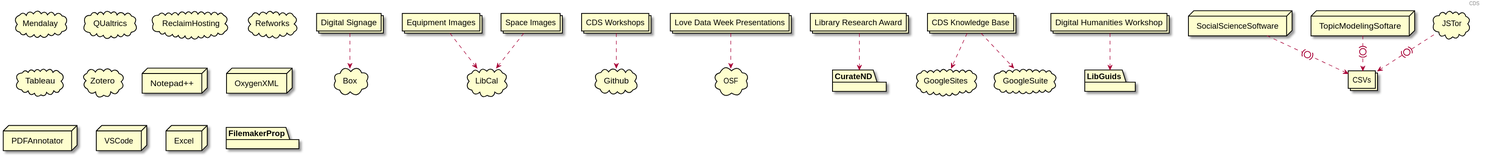
Before: plantuml/cds.svg, a diagram exported from PlantUML (ndlib/dam-ecosystem-mapping).
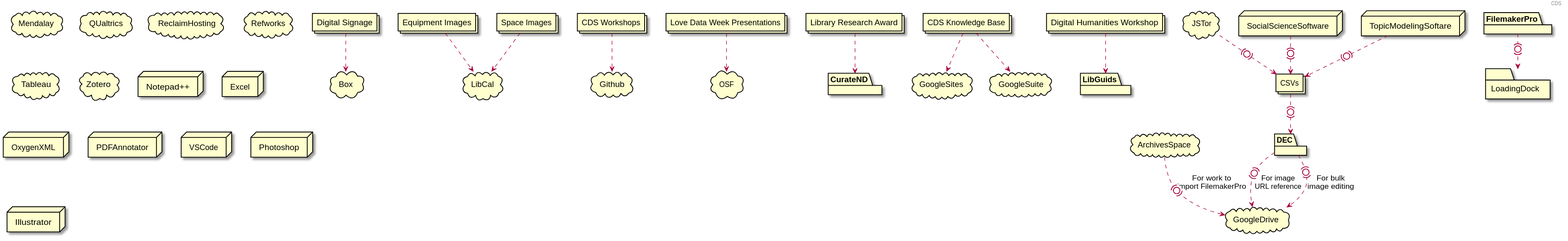
The same diagram one commit later.

Diff of the diagram source:
```diff
@@ -10,12 +10,15 @@
 collections "Library Research Award" as LRA
 collections "CDS Knowledge Base" as CDSKB
 collections "Digital Humanities Workshop" as DHW
-collections "CSVs"
+collections CSVs
 
+cloud ArchivesSpace
 cloud Box
 cloud Github
+cloud GoogleDrive
 cloud GoogleSites
 cloud GoogleSuite
+cloud JSTor
 cloud LibCal
 cloud Mendalay
 cloud OSF
@@ -24,21 +27,29 @@
 cloud Refworks
 cloud Tableau
 cloud Zotero
+folder LoadingDock
 node "Notepad++" as NP
+node Excel
 node OxygenXML
 node PDFAnnotator
-node VSCode
-node Excel
-package CurateND
-package FilemakerProp
-package LibGuids
 node SocialScienceSoftware
 node TopicModelingSoftare
-cloud JSTor
+node VSCode
+node Photoshop
+node Illustrator
+package CurateND
+package DEC
+package FilemakerPro
+package LibGuids
 
 JSTor .(0).> CSVs
 TopicModelingSoftare .(0).> CSVs
 SocialScienceSoftware .(0).> CSVs
+FilemakerPro .(0).> LoadingDock
+CSVs .(0).> DEC
+DEC .(0).> GoogleDrive : "For image\nURL reference"
+DEC .(0).> GoogleDrive : "For bulk\nimage editing"
+ArchivesSpace .(0).> GoogleDrive : "For work to\nimport FilemakerPro"
 
 DS ..> Box
 CDSW ..> Github
```
